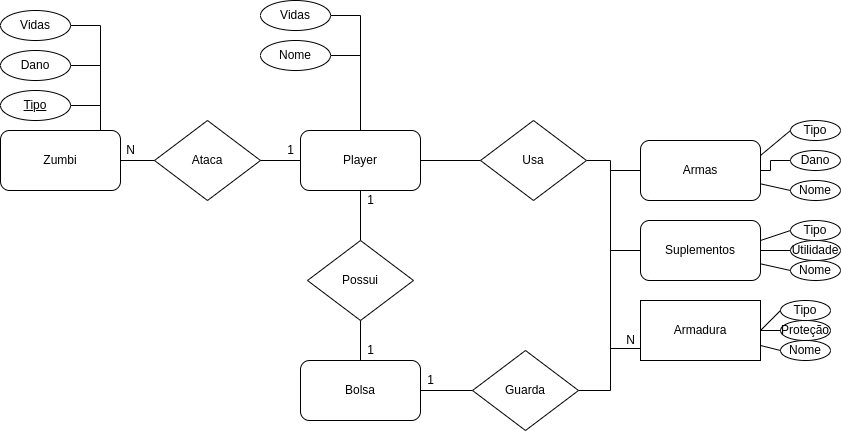
This is DER/PlayerFlowDer.drawio.png from SBD1/grupo4-Zumbi, a draw.io export, as it was before one commit. Source tidied: cells renumbered, new cells last; positions are measured from the earlier drawing's top-left corner, leaving out a move shared by most shapes.
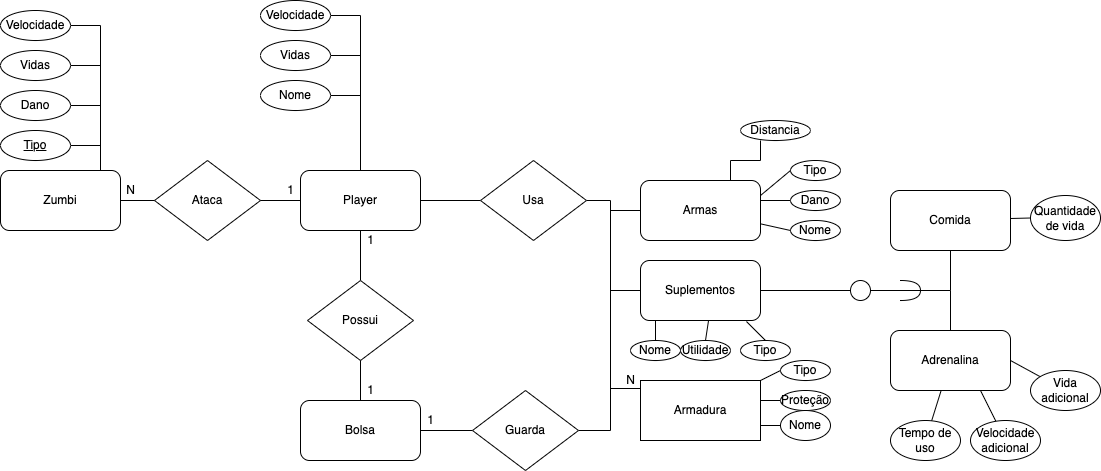
The same file after the commit.

Commit message:
DER - Player V0.2

Diff of the diagram source:
```diff
@@ -57,6 +57,11 @@
         <mxPoint x="610" y="170" as="targetPoint" />
       </mxGeometry>
     </mxCell>
+    <mxCell id="56" style="edgeStyle=orthogonalEdgeStyle;rounded=0;jettySize=auto;html=1;exitX=0.75;exitY=0;exitDx=0;exitDy=0;endArrow=none;endFill=0;" parent="1" edge="1" source="16">
+      <mxGeometry relative="1" as="geometry">
+        <mxPoint x="760" y="100" as="targetPoint" />
+      </mxGeometry>
+    </mxCell>
     <mxCell id="16" value="Armas" style="rounded=1;whiteSpace=wrap;html=1;" parent="1" vertex="1">
       <mxGeometry x="640" y="140" width="120" height="60" as="geometry" />
     </mxCell>
@@ -65,11 +70,14 @@
         <mxPoint x="610" y="250" as="targetPoint" />
       </mxGeometry>
     </mxCell>
+    <mxCell id="57" style="edgeStyle=orthogonalEdgeStyle;rounded=0;jettySize=auto;html=1;endArrow=none;endFill=0;" parent="1" edge="1" source="18" target="64">
+      <mxGeometry relative="1" as="geometry" />
+    </mxCell>
     <mxCell id="18" value="Suplementos" style="rounded=1;whiteSpace=wrap;html=1;" parent="1" vertex="1">
       <mxGeometry x="640" y="220" width="120" height="60" as="geometry" />
     </mxCell>
     <mxCell id="19" value="Armadura" style="rounded=0;whiteSpace=wrap;html=1;" parent="1" vertex="1">
-      <mxGeometry x="640" y="300" width="120" height="60" as="geometry" />
+      <mxGeometry x="640" y="340" width="120" height="60" as="geometry" />
     </mxCell>
     <mxCell id="20" style="edgeStyle=orthogonalEdgeStyle;rounded=0;jettySize=auto;html=1;endArrow=none;endFill=0;" parent="1" edge="1" source="21">
       <mxGeometry relative="1" as="geometry">
@@ -82,9 +90,12 @@
     <mxCell id="22" value="Tipo" style="ellipse;whiteSpace=wrap;html=1;" parent="1" vertex="1">
       <mxGeometry x="790" y="120" width="50" height="20" as="geometry" />
     </mxCell>
-    <mxCell id="23" style="edgeStyle=orthogonalEdgeStyle;rounded=0;jettySize=auto;html=1;endArrow=none;endFill=0;" parent="1" edge="1" source="24">
+    <mxCell id="23" style="edgeStyle=orthogonalEdgeStyle;rounded=0;jettySize=auto;html=1;endArrow=none;endFill=0;exitX=0;exitY=0.5;exitDx=0;exitDy=0;" parent="1" edge="1" source="24">
       <mxGeometry relative="1" as="geometry">
         <mxPoint x="760" y="170" as="targetPoint" />
+        <Array as="points">
+          <mxPoint x="760" y="160" />
+        </Array>
       </mxGeometry>
     </mxCell>
     <mxCell id="24" value="Dano" style="ellipse;whiteSpace=wrap;html=1;" parent="1" vertex="1">
@@ -160,44 +171,115 @@
       <mxGeometry x="620" y="330" width="20" height="20" as="geometry" />
     </mxCell>
     <mxCell id="44" value="Tipo" style="ellipse;whiteSpace=wrap;html=1;" parent="1" vertex="1">
-      <mxGeometry x="790" y="220" width="50" height="20" as="geometry" />
+      <mxGeometry x="740" y="300" width="50" height="20" as="geometry" />
     </mxCell>
     <mxCell id="45" value="Utilidade" style="ellipse;whiteSpace=wrap;html=1;" parent="1" vertex="1">
-      <mxGeometry x="790" y="240" width="50" height="20" as="geometry" />
+      <mxGeometry x="680" y="300" width="50" height="20" as="geometry" />
     </mxCell>
+    <mxCell id="58" style="edgeStyle=orthogonalEdgeStyle;rounded=0;jettySize=auto;html=1;endArrow=none;endFill=0;" parent="1" edge="1" source="46" target="18">
+      <mxGeometry relative="1" as="geometry" />
+    </mxCell>
     <mxCell id="46" value="Nome" style="ellipse;whiteSpace=wrap;html=1;gradientColor=#ffffff;" parent="1" vertex="1">
-      <mxGeometry x="790" y="260" width="50" height="20" as="geometry" />
+      <mxGeometry x="630" y="300" width="50" height="20" as="geometry" />
     </mxCell>
-    <mxCell id="47" style="endArrow=none;html=1;rounded=0;entryX=0;entryY=0.5;entryDx=0;entryDy=0;" parent="1" edge="1" target="44">
-      <mxGeometry relative="1" as="geometry">
-        <mxPoint x="760" y="240" as="sourcePoint" />
-      </mxGeometry>
+    <mxCell id="47" style="endArrow=none;html=1;rounded=0;entryX=0.5;entryY=0;entryDx=0;entryDy=0;exitX=0.883;exitY=1.017;exitDx=0;exitDy=0;exitPerimeter=0;" parent="1" edge="1" source="18" target="44">
+      <mxGeometry relative="1" as="geometry" />
     </mxCell>
-    <mxCell id="48" style="endArrow=none;html=1;rounded=0;entryX=0;entryY=0.5;entryDx=0;entryDy=0;exitX=1;exitY=0.5;exitDx=0;exitDy=0;" parent="1" edge="1" source="18" target="45">
+    <mxCell id="48" style="endArrow=none;html=1;rounded=0;entryX=0.5;entryY=0;entryDx=0;entryDy=0;exitX=0.567;exitY=1;exitDx=0;exitDy=0;exitPerimeter=0;" parent="1" edge="1" source="18" target="45">
       <mxGeometry relative="1" as="geometry" />
     </mxCell>
-    <mxCell id="49" style="endArrow=none;html=1;rounded=0;entryX=0;entryY=0.5;entryDx=0;entryDy=0;" parent="1" edge="1" source="18" target="46">
-      <mxGeometry relative="1" as="geometry" />
-    </mxCell>
     <mxCell id="50" value="Tipo" style="ellipse;whiteSpace=wrap;html=1;" parent="1" vertex="1">
-      <mxGeometry x="780" y="300" width="50" height="20" as="geometry" />
+      <mxGeometry x="780" y="320" width="50" height="20" as="geometry" />
     </mxCell>
     <mxCell id="51" style="edgeStyle=orthogonalEdgeStyle;rounded=0;jettySize=auto;html=1;endArrow=none;endFill=0;" parent="1" edge="1" source="52" target="19">
       <mxGeometry relative="1" as="geometry" />
     </mxCell>
     <mxCell id="52" value="Proteção" style="ellipse;whiteSpace=wrap;html=1;" parent="1" vertex="1">
-      <mxGeometry x="780" y="320" width="50" height="20" as="geometry" />
+      <mxGeometry x="780" y="350" width="50" height="20" as="geometry" />
     </mxCell>
     <mxCell id="53" value="Nome" style="ellipse;whiteSpace=wrap;html=1;" parent="1" vertex="1">
-      <mxGeometry x="780" y="340" width="50" height="20" as="geometry" />
+      <mxGeometry x="780" y="370" width="50" height="30" as="geometry" />
     </mxCell>
-    <mxCell id="54" style="endArrow=none;html=1;rounded=0;entryX=0;entryY=0.5;entryDx=0;entryDy=0;" parent="1" edge="1" target="50">
-      <mxGeometry relative="1" as="geometry">
-        <mxPoint x="760" y="330" as="sourcePoint" />
-      </mxGeometry>
+    <mxCell id="54" style="endArrow=none;html=1;rounded=0;entryX=0;entryY=0.5;entryDx=0;entryDy=0;exitX=1;exitY=0;exitDx=0;exitDy=0;" parent="1" edge="1" source="19" target="50">
+      <mxGeometry relative="1" as="geometry" />
     </mxCell>
     <mxCell id="55" style="endArrow=none;html=1;rounded=0;entryX=0;entryY=0.5;entryDx=0;entryDy=0;exitX=1;exitY=0.75;exitDx=0;exitDy=0;" parent="1" edge="1" source="19" target="53">
       <mxGeometry relative="1" as="geometry" />
     </mxCell>
+    <mxCell id="59" value="Distancia" style="ellipse;whiteSpace=wrap;html=1;" parent="1" vertex="1">
+      <mxGeometry x="740" y="80" width="70" height="20" as="geometry" />
+    </mxCell>
+    <mxCell id="60" style="edgeStyle=orthogonalEdgeStyle;rounded=0;jettySize=auto;html=1;endArrow=none;endFill=0;" parent="1" edge="1" source="61">
+      <mxGeometry relative="1" as="geometry">
+        <mxPoint x="100" y="90" as="targetPoint" />
+        <Array as="points">
+          <mxPoint x="100" y="-15" />
+          <mxPoint x="100" y="91" />
+        </Array>
+      </mxGeometry>
+    </mxCell>
+    <mxCell id="61" value="Velocidade" style="ellipse;whiteSpace=wrap;html=1;" parent="1" vertex="1">
+      <mxGeometry y="-30" width="70" height="30" as="geometry" />
+    </mxCell>
+    <mxCell id="62" style="edgeStyle=orthogonalEdgeStyle;rounded=0;jettySize=auto;html=1;endArrow=none;endFill=0;" parent="1" edge="1" source="64" target="65">
+      <mxGeometry relative="1" as="geometry" />
+    </mxCell>
+    <mxCell id="63" style="edgeStyle=orthogonalEdgeStyle;rounded=0;jettySize=auto;html=1;endArrow=none;endFill=0;startArrow=none;" parent="1" edge="1" target="67">
+      <mxGeometry relative="1" as="geometry">
+        <mxPoint x="950" y="250" as="sourcePoint" />
+      </mxGeometry>
+    </mxCell>
+    <mxCell id="64" style="ellipse;whiteSpace=wrap;html=1;rounded=1;" parent="1" vertex="1">
+      <mxGeometry x="850" y="240" width="20" height="20" as="geometry" />
+    </mxCell>
+    <mxCell id="65" value="Comida" style="whiteSpace=wrap;html=1;rounded=1;" parent="1" vertex="1">
+      <mxGeometry x="890" y="150" width="120" height="60" as="geometry" />
+    </mxCell>
+    <mxCell id="66" style="rounded=0;jettySize=auto;html=1;endArrow=none;endFill=0;" parent="1" edge="1" source="67" target="70">
+      <mxGeometry relative="1" as="geometry" />
+    </mxCell>
+    <mxCell id="67" value="Adrenalina" style="whiteSpace=wrap;html=1;rounded=1;" parent="1" vertex="1">
+      <mxGeometry x="890" y="290" width="120" height="60" as="geometry" />
+    </mxCell>
+    <mxCell id="68" value="Quantidade de vida" style="ellipse;whiteSpace=wrap;html=1;" parent="1" vertex="1">
+      <mxGeometry x="1030" y="155" width="70" height="45" as="geometry" />
+    </mxCell>
+    <mxCell id="69" style="endArrow=none;html=1;rounded=0;entryX=0;entryY=0.5;entryDx=0;entryDy=0;" parent="1" edge="1" target="68">
+      <mxGeometry relative="1" as="geometry">
+        <mxPoint x="1010" y="178" as="sourcePoint" />
+      </mxGeometry>
+    </mxCell>
+    <mxCell id="70" value="Tempo de uso" style="ellipse;whiteSpace=wrap;html=1;rounded=1;" parent="1" vertex="1">
+      <mxGeometry x="890" y="380" width="70" height="40" as="geometry" />
+    </mxCell>
+    <mxCell id="71" style="rounded=0;jettySize=auto;html=1;entryX=0.75;entryY=1;entryDx=0;entryDy=0;endArrow=none;endFill=0;" parent="1" edge="1" source="72" target="67">
+      <mxGeometry relative="1" as="geometry" />
+    </mxCell>
+    <mxCell id="72" value="Velocidade adicional" style="ellipse;whiteSpace=wrap;html=1;rounded=1;" parent="1" vertex="1">
+      <mxGeometry x="970" y="380" width="70" height="40" as="geometry" />
+    </mxCell>
+    <mxCell id="73" style="rounded=0;jettySize=auto;html=1;entryX=1;entryY=0.5;entryDx=0;entryDy=0;endArrow=none;endFill=0;" parent="1" edge="1" source="74" target="67">
+      <mxGeometry relative="1" as="geometry" />
+    </mxCell>
+    <mxCell id="74" value="Vida adicional" style="ellipse;whiteSpace=wrap;html=1;rounded=1;" parent="1" vertex="1">
+      <mxGeometry x="1030" y="330" width="70" height="40" as="geometry" />
+    </mxCell>
+    <mxCell id="75" style="edgeStyle=orthogonalEdgeStyle;rounded=0;jettySize=auto;html=1;endArrow=none;endFill=0;" parent="1" edge="1" source="76">
+      <mxGeometry relative="1" as="geometry">
+        <mxPoint x="360" y="90" as="targetPoint" />
+        <Array as="points">
+          <mxPoint x="360" y="-25" />
+        </Array>
+      </mxGeometry>
+    </mxCell>
+    <mxCell id="76" value="Velocidade" style="ellipse;whiteSpace=wrap;html=1;" parent="1" vertex="1">
+      <mxGeometry x="260" y="-40" width="70" height="30" as="geometry" />
+    </mxCell>
+    <mxCell id="77" style="shape=requiredInterface;html=1;verticalLabelPosition=bottom;sketch=0;" parent="1" vertex="1">
+      <mxGeometry x="900" y="240" width="20" height="20" as="geometry" />
+    </mxCell>
+    <mxCell id="78" style="edgeStyle=orthogonalEdgeStyle;rounded=0;jettySize=auto;html=1;endArrow=none;endFill=0;" parent="1" edge="1" source="64" target="77">
+      <mxGeometry relative="1" as="geometry" />
+    </mxCell>
   </root>
 </mxGraphModel>
```
